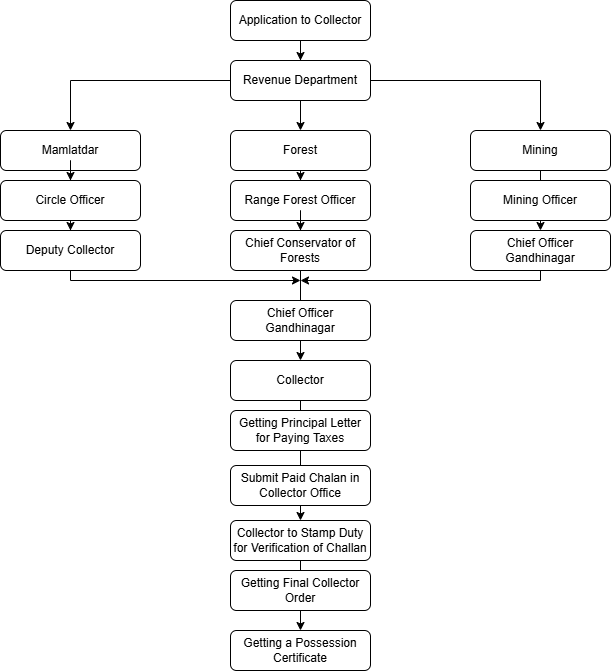
The draw.io diagram Flowchart/Governmet.png in KSoni1505/Wind-Farm-Project-Development, before a commit. Source tidied: cells renumbered, new cells last; positions are measured from the earlier drawing's top-left corner, leaving out a move shared by most shapes. The source it was exported from:
```xml
<mxGraphModel>
  <root>
    <mxCell id="0" />
    <mxCell id="1" parent="0" />
    <mxCell id="2" style="edgeStyle=orthogonalEdgeStyle;rounded=0;jettySize=auto;html=1;" parent="1" edge="1" source="3" target="7">
      <mxGeometry relative="1" as="geometry" />
    </mxCell>
    <mxCell id="3" value="Application to Collector" style="rounded=1;whiteSpace=wrap;html=1;fontSize=12;glass=0;strokeWidth=1;shadow=0;" parent="1" vertex="1">
      <mxGeometry x="230" width="140" height="40" as="geometry" />
    </mxCell>
    <mxCell id="4" style="edgeStyle=orthogonalEdgeStyle;rounded=0;jettySize=auto;html=1;" parent="1" edge="1" source="31" target="16">
      <mxGeometry relative="1" as="geometry" />
    </mxCell>
    <mxCell id="5" style="edgeStyle=orthogonalEdgeStyle;rounded=0;jettySize=auto;html=1;entryX=0.5;entryY=0;entryDx=0;entryDy=0;" parent="1" edge="1" source="7" target="12">
      <mxGeometry relative="1" as="geometry" />
    </mxCell>
    <mxCell id="6" style="edgeStyle=orthogonalEdgeStyle;rounded=0;jettySize=auto;html=1;entryX=0.5;entryY=0;entryDx=0;entryDy=0;" parent="1" edge="1" source="7" target="10">
      <mxGeometry relative="1" as="geometry" />
    </mxCell>
    <mxCell id="7" value="Revenue Department" style="rounded=1;whiteSpace=wrap;html=1;fontSize=12;glass=0;strokeWidth=1;shadow=0;" parent="1" vertex="1">
      <mxGeometry x="230" y="60" width="140" height="40" as="geometry" />
    </mxCell>
    <mxCell id="8" style="edgeStyle=orthogonalEdgeStyle;rounded=0;orthogonalLoop=1;jettySize=auto;html=1;exitX=0.5;exitY=1;exitDx=0;exitDy=0;" parent="1" edge="1" source="7" target="7">
      <mxGeometry relative="1" as="geometry" />
    </mxCell>
    <mxCell id="9" style="edgeStyle=orthogonalEdgeStyle;rounded=0;jettySize=auto;html=1;" parent="1" edge="1" source="33" target="14">
      <mxGeometry relative="1" as="geometry" />
    </mxCell>
    <mxCell id="10" value="Mamlatdar" style="rounded=1;whiteSpace=wrap;html=1;fontSize=12;glass=0;strokeWidth=1;shadow=0;" parent="1" vertex="1">
      <mxGeometry y="130" width="140" height="40" as="geometry" />
    </mxCell>
    <mxCell id="11" style="edgeStyle=orthogonalEdgeStyle;rounded=0;jettySize=auto;html=1;" parent="1" edge="1" source="12" target="19">
      <mxGeometry relative="1" as="geometry" />
    </mxCell>
    <mxCell id="12" value="Mining" style="rounded=1;whiteSpace=wrap;html=1;fontSize=12;glass=0;strokeWidth=1;shadow=0;" parent="1" vertex="1">
      <mxGeometry x="470" y="130" width="140" height="40" as="geometry" />
    </mxCell>
    <mxCell id="13" style="edgeStyle=orthogonalEdgeStyle;rounded=0;jettySize=auto;html=1;" parent="1" edge="1" source="14">
      <mxGeometry relative="1" as="geometry">
        <mxPoint x="300" y="280" as="targetPoint" />
        <Array as="points">
          <mxPoint x="70" y="280" />
        </Array>
      </mxGeometry>
    </mxCell>
    <mxCell id="14" value="Deputy Collector" style="rounded=1;whiteSpace=wrap;html=1;fontSize=12;glass=0;strokeWidth=1;shadow=0;" parent="1" vertex="1">
      <mxGeometry y="230" width="140" height="40" as="geometry" />
    </mxCell>
    <mxCell id="15" style="edgeStyle=orthogonalEdgeStyle;rounded=0;jettySize=auto;html=1;" parent="1" edge="1" source="29" target="21">
      <mxGeometry relative="1" as="geometry" />
    </mxCell>
    <mxCell id="16" value="Range Forest Officer" style="rounded=1;whiteSpace=wrap;html=1;fontSize=12;glass=0;strokeWidth=1;shadow=0;" parent="1" vertex="1">
      <mxGeometry x="230" y="180" width="140" height="40" as="geometry" />
    </mxCell>
    <mxCell id="17" value="Mining Officer" style="rounded=1;whiteSpace=wrap;html=1;fontSize=12;glass=0;strokeWidth=1;shadow=0;" parent="1" vertex="1">
      <mxGeometry x="470" y="180" width="140" height="40" as="geometry" />
    </mxCell>
    <mxCell id="18" style="edgeStyle=orthogonalEdgeStyle;rounded=0;jettySize=auto;html=1;" parent="1" edge="1" source="19">
      <mxGeometry relative="1" as="geometry">
        <mxPoint x="300" y="280" as="targetPoint" />
        <Array as="points">
          <mxPoint x="540" y="280" />
        </Array>
      </mxGeometry>
    </mxCell>
    <mxCell id="19" value="Chief Officer Gandhinagar" style="rounded=1;whiteSpace=wrap;html=1;fontSize=12;glass=0;strokeWidth=1;shadow=0;" parent="1" vertex="1">
      <mxGeometry x="470" y="230" width="140" height="40" as="geometry" />
    </mxCell>
    <mxCell id="20" style="edgeStyle=orthogonalEdgeStyle;rounded=0;jettySize=auto;html=1;" parent="1" edge="1" source="21" target="25">
      <mxGeometry relative="1" as="geometry" />
    </mxCell>
    <mxCell id="21" value="Collector" style="rounded=1;whiteSpace=wrap;html=1;fontSize=12;glass=0;strokeWidth=1;shadow=0;" parent="1" vertex="1">
      <mxGeometry x="230" y="360" width="140" height="40" as="geometry" />
    </mxCell>
    <mxCell id="22" value="Getting Principal Letter for Paying Taxes" style="rounded=1;whiteSpace=wrap;html=1;fontSize=12;glass=0;strokeWidth=1;shadow=0;" parent="1" vertex="1">
      <mxGeometry x="230" y="410" width="140" height="40" as="geometry" />
    </mxCell>
    <mxCell id="23" value="Submit Paid Chalan in Collector Office" style="rounded=1;whiteSpace=wrap;html=1;fontSize=12;glass=0;strokeWidth=1;shadow=0;" parent="1" vertex="1">
      <mxGeometry x="230" y="465" width="140" height="40" as="geometry" />
    </mxCell>
    <mxCell id="24" style="edgeStyle=orthogonalEdgeStyle;rounded=0;jettySize=auto;html=1;" parent="1" edge="1" source="25" target="27">
      <mxGeometry relative="1" as="geometry" />
    </mxCell>
    <mxCell id="25" value="Collector to Stamp Duty for Verification of Challan" style="rounded=1;whiteSpace=wrap;html=1;fontSize=12;glass=0;strokeWidth=1;shadow=0;" parent="1" vertex="1">
      <mxGeometry x="230" y="520" width="140" height="40" as="geometry" />
    </mxCell>
    <mxCell id="26" value="Getting Final Collector Order" style="rounded=1;whiteSpace=wrap;html=1;fontSize=12;glass=0;strokeWidth=1;shadow=0;" parent="1" vertex="1">
      <mxGeometry x="230" y="570" width="140" height="40" as="geometry" />
    </mxCell>
    <mxCell id="27" value="Getting a Possession Certificate" style="rounded=1;whiteSpace=wrap;html=1;fontSize=12;glass=0;strokeWidth=1;shadow=0;" parent="1" vertex="1">
      <mxGeometry x="230" y="630" width="140" height="40" as="geometry" />
    </mxCell>
    <mxCell id="28" style="edgeStyle=orthogonalEdgeStyle;rounded=0;jettySize=auto;html=1;" parent="1" edge="1" source="16" target="29">
      <mxGeometry relative="1" as="geometry" />
    </mxCell>
    <mxCell id="29" value="Chief Conservator of Forests" style="rounded=1;whiteSpace=wrap;html=1;fontSize=12;glass=0;strokeWidth=1;shadow=0;" parent="1" vertex="1">
      <mxGeometry x="230" y="230" width="140" height="40" as="geometry" />
    </mxCell>
    <mxCell id="30" style="edgeStyle=orthogonalEdgeStyle;rounded=0;jettySize=auto;html=1;" parent="1" edge="1" source="7" target="31">
      <mxGeometry relative="1" as="geometry" />
    </mxCell>
    <mxCell id="31" value="Forest" style="rounded=1;whiteSpace=wrap;html=1;fontSize=12;glass=0;strokeWidth=1;shadow=0;" parent="1" vertex="1">
      <mxGeometry x="230" y="130" width="140" height="40" as="geometry" />
    </mxCell>
    <mxCell id="32" style="edgeStyle=orthogonalEdgeStyle;rounded=0;jettySize=auto;html=1;" parent="1" edge="1" source="10" target="33">
      <mxGeometry relative="1" as="geometry" />
    </mxCell>
    <mxCell id="33" value="Circle Officer" style="rounded=1;whiteSpace=wrap;html=1;fontSize=12;glass=0;strokeWidth=1;shadow=0;" parent="1" vertex="1">
      <mxGeometry y="180" width="140" height="40" as="geometry" />
    </mxCell>
    <mxCell id="34" value="Chief Officer Gandhinagar" style="rounded=1;whiteSpace=wrap;html=1;fontSize=12;glass=0;strokeWidth=1;shadow=0;" parent="1" vertex="1">
      <mxGeometry x="230" y="300" width="140" height="40" as="geometry" />
    </mxCell>
  </root>
</mxGraphModel>
```
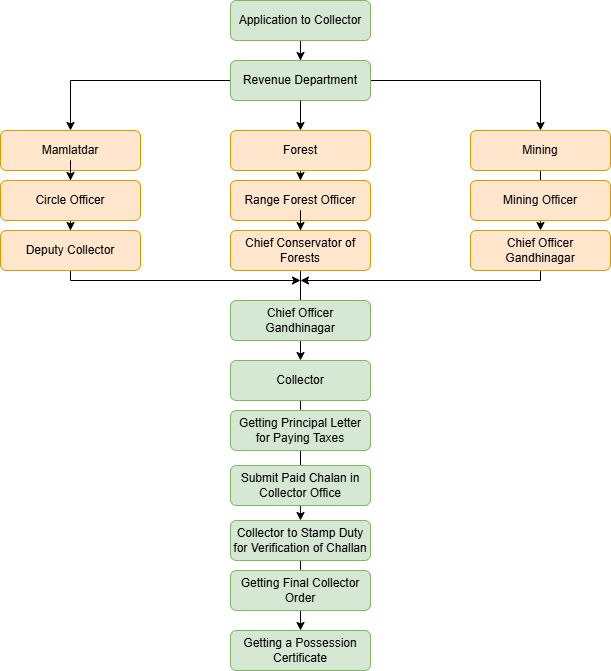
The same file after the commit.

The edit, as a diff of the source:
```diff
@@ -5,7 +5,7 @@
     <mxCell id="2" style="edgeStyle=orthogonalEdgeStyle;rounded=0;jettySize=auto;html=1;" parent="1" edge="1" source="3" target="7">
       <mxGeometry relative="1" as="geometry" />
     </mxCell>
-    <mxCell id="3" value="Application to Collector" style="rounded=1;whiteSpace=wrap;html=1;fontSize=12;glass=0;strokeWidth=1;shadow=0;" parent="1" vertex="1">
+    <mxCell id="3" value="Application to Collector" style="rounded=1;whiteSpace=wrap;html=1;fontSize=12;glass=0;strokeWidth=1;shadow=0;fillColor=#d5e8d4;strokeColor=#82b366;" parent="1" vertex="1">
       <mxGeometry x="230" width="140" height="40" as="geometry" />
     </mxCell>
     <mxCell id="4" style="edgeStyle=orthogonalEdgeStyle;rounded=0;jettySize=auto;html=1;" parent="1" edge="1" source="31" target="16">
@@ -17,7 +17,7 @@
     <mxCell id="6" style="edgeStyle=orthogonalEdgeStyle;rounded=0;jettySize=auto;html=1;entryX=0.5;entryY=0;entryDx=0;entryDy=0;" parent="1" edge="1" source="7" target="10">
       <mxGeometry relative="1" as="geometry" />
     </mxCell>
-    <mxCell id="7" value="Revenue Department" style="rounded=1;whiteSpace=wrap;html=1;fontSize=12;glass=0;strokeWidth=1;shadow=0;" parent="1" vertex="1">
+    <mxCell id="7" value="Revenue Department" style="rounded=1;whiteSpace=wrap;html=1;fontSize=12;glass=0;strokeWidth=1;shadow=0;fillColor=#d5e8d4;strokeColor=#82b366;" parent="1" vertex="1">
       <mxGeometry x="230" y="60" width="140" height="40" as="geometry" />
     </mxCell>
     <mxCell id="8" style="edgeStyle=orthogonalEdgeStyle;rounded=0;orthogonalLoop=1;jettySize=auto;html=1;exitX=0.5;exitY=1;exitDx=0;exitDy=0;" parent="1" edge="1" source="7" target="7">
@@ -26,13 +26,13 @@
     <mxCell id="9" style="edgeStyle=orthogonalEdgeStyle;rounded=0;jettySize=auto;html=1;" parent="1" edge="1" source="33" target="14">
       <mxGeometry relative="1" as="geometry" />
     </mxCell>
-    <mxCell id="10" value="Mamlatdar" style="rounded=1;whiteSpace=wrap;html=1;fontSize=12;glass=0;strokeWidth=1;shadow=0;" parent="1" vertex="1">
+    <mxCell id="10" value="Mamlatdar" style="rounded=1;whiteSpace=wrap;html=1;fontSize=12;glass=0;strokeWidth=1;shadow=0;fillColor=#ffe6cc;strokeColor=#d79b00;" parent="1" vertex="1">
       <mxGeometry y="130" width="140" height="40" as="geometry" />
     </mxCell>
     <mxCell id="11" style="edgeStyle=orthogonalEdgeStyle;rounded=0;jettySize=auto;html=1;" parent="1" edge="1" source="12" target="19">
       <mxGeometry relative="1" as="geometry" />
     </mxCell>
-    <mxCell id="12" value="Mining" style="rounded=1;whiteSpace=wrap;html=1;fontSize=12;glass=0;strokeWidth=1;shadow=0;" parent="1" vertex="1">
+    <mxCell id="12" value="Mining" style="rounded=1;whiteSpace=wrap;html=1;fontSize=12;glass=0;strokeWidth=1;shadow=0;fillColor=#ffe6cc;strokeColor=#d79b00;" parent="1" vertex="1">
       <mxGeometry x="470" y="130" width="140" height="40" as="geometry" />
     </mxCell>
     <mxCell id="13" style="edgeStyle=orthogonalEdgeStyle;rounded=0;jettySize=auto;html=1;" parent="1" edge="1" source="14">
@@ -43,16 +43,16 @@
         </Array>
       </mxGeometry>
     </mxCell>
-    <mxCell id="14" value="Deputy Collector" style="rounded=1;whiteSpace=wrap;html=1;fontSize=12;glass=0;strokeWidth=1;shadow=0;" parent="1" vertex="1">
+    <mxCell id="14" value="Deputy Collector" style="rounded=1;whiteSpace=wrap;html=1;fontSize=12;glass=0;strokeWidth=1;shadow=0;fillColor=#ffe6cc;strokeColor=#d79b00;" parent="1" vertex="1">
       <mxGeometry y="230" width="140" height="40" as="geometry" />
     </mxCell>
     <mxCell id="15" style="edgeStyle=orthogonalEdgeStyle;rounded=0;jettySize=auto;html=1;" parent="1" edge="1" source="29" target="21">
       <mxGeometry relative="1" as="geometry" />
     </mxCell>
-    <mxCell id="16" value="Range Forest Officer" style="rounded=1;whiteSpace=wrap;html=1;fontSize=12;glass=0;strokeWidth=1;shadow=0;" parent="1" vertex="1">
+    <mxCell id="16" value="Range Forest Officer" style="rounded=1;whiteSpace=wrap;html=1;fontSize=12;glass=0;strokeWidth=1;shadow=0;fillColor=#ffe6cc;strokeColor=#d79b00;" parent="1" vertex="1">
       <mxGeometry x="230" y="180" width="140" height="40" as="geometry" />
     </mxCell>
-    <mxCell id="17" value="Mining Officer" style="rounded=1;whiteSpace=wrap;html=1;fontSize=12;glass=0;strokeWidth=1;shadow=0;" parent="1" vertex="1">
+    <mxCell id="17" value="Mining Officer" style="rounded=1;whiteSpace=wrap;html=1;fontSize=12;glass=0;strokeWidth=1;shadow=0;fillColor=#ffe6cc;strokeColor=#d79b00;" parent="1" vertex="1">
       <mxGeometry x="470" y="180" width="140" height="40" as="geometry" />
     </mxCell>
     <mxCell id="18" style="edgeStyle=orthogonalEdgeStyle;rounded=0;jettySize=auto;html=1;" parent="1" edge="1" source="19">
@@ -63,52 +63,52 @@
         </Array>
       </mxGeometry>
     </mxCell>
-    <mxCell id="19" value="Chief Officer Gandhinagar" style="rounded=1;whiteSpace=wrap;html=1;fontSize=12;glass=0;strokeWidth=1;shadow=0;" parent="1" vertex="1">
+    <mxCell id="19" value="Chief Officer Gandhinagar" style="rounded=1;whiteSpace=wrap;html=1;fontSize=12;glass=0;strokeWidth=1;shadow=0;fillColor=#ffe6cc;strokeColor=#d79b00;" parent="1" vertex="1">
       <mxGeometry x="470" y="230" width="140" height="40" as="geometry" />
     </mxCell>
     <mxCell id="20" style="edgeStyle=orthogonalEdgeStyle;rounded=0;jettySize=auto;html=1;" parent="1" edge="1" source="21" target="25">
       <mxGeometry relative="1" as="geometry" />
     </mxCell>
-    <mxCell id="21" value="Collector" style="rounded=1;whiteSpace=wrap;html=1;fontSize=12;glass=0;strokeWidth=1;shadow=0;" parent="1" vertex="1">
+    <mxCell id="21" value="Collector" style="rounded=1;whiteSpace=wrap;html=1;fontSize=12;glass=0;strokeWidth=1;shadow=0;fillColor=#d5e8d4;strokeColor=#82b366;" parent="1" vertex="1">
       <mxGeometry x="230" y="360" width="140" height="40" as="geometry" />
     </mxCell>
-    <mxCell id="22" value="Getting Principal Letter for Paying Taxes" style="rounded=1;whiteSpace=wrap;html=1;fontSize=12;glass=0;strokeWidth=1;shadow=0;" parent="1" vertex="1">
+    <mxCell id="22" value="Getting Principal Letter for Paying Taxes" style="rounded=1;whiteSpace=wrap;html=1;fontSize=12;glass=0;strokeWidth=1;shadow=0;fillColor=#d5e8d4;strokeColor=#82b366;" parent="1" vertex="1">
       <mxGeometry x="230" y="410" width="140" height="40" as="geometry" />
     </mxCell>
-    <mxCell id="23" value="Submit Paid Chalan in Collector Office" style="rounded=1;whiteSpace=wrap;html=1;fontSize=12;glass=0;strokeWidth=1;shadow=0;" parent="1" vertex="1">
+    <mxCell id="23" value="Submit Paid Chalan in Collector Office" style="rounded=1;whiteSpace=wrap;html=1;fontSize=12;glass=0;strokeWidth=1;shadow=0;fillColor=#d5e8d4;strokeColor=#82b366;" parent="1" vertex="1">
       <mxGeometry x="230" y="465" width="140" height="40" as="geometry" />
     </mxCell>
     <mxCell id="24" style="edgeStyle=orthogonalEdgeStyle;rounded=0;jettySize=auto;html=1;" parent="1" edge="1" source="25" target="27">
       <mxGeometry relative="1" as="geometry" />
     </mxCell>
-    <mxCell id="25" value="Collector to Stamp Duty for Verification of Challan" style="rounded=1;whiteSpace=wrap;html=1;fontSize=12;glass=0;strokeWidth=1;shadow=0;" parent="1" vertex="1">
+    <mxCell id="25" value="Collector to Stamp Duty for Verification of Challan" style="rounded=1;whiteSpace=wrap;html=1;fontSize=12;glass=0;strokeWidth=1;shadow=0;fillColor=#d5e8d4;strokeColor=#82b366;" parent="1" vertex="1">
       <mxGeometry x="230" y="520" width="140" height="40" as="geometry" />
     </mxCell>
-    <mxCell id="26" value="Getting Final Collector Order" style="rounded=1;whiteSpace=wrap;html=1;fontSize=12;glass=0;strokeWidth=1;shadow=0;" parent="1" vertex="1">
+    <mxCell id="26" value="Getting Final Collector Order" style="rounded=1;whiteSpace=wrap;html=1;fontSize=12;glass=0;strokeWidth=1;shadow=0;fillColor=#d5e8d4;strokeColor=#82b366;" parent="1" vertex="1">
       <mxGeometry x="230" y="570" width="140" height="40" as="geometry" />
     </mxCell>
-    <mxCell id="27" value="Getting a Possession Certificate" style="rounded=1;whiteSpace=wrap;html=1;fontSize=12;glass=0;strokeWidth=1;shadow=0;" parent="1" vertex="1">
+    <mxCell id="27" value="Getting a Possession Certificate" style="rounded=1;whiteSpace=wrap;html=1;fontSize=12;glass=0;strokeWidth=1;shadow=0;fillColor=#d5e8d4;strokeColor=#82b366;" parent="1" vertex="1">
       <mxGeometry x="230" y="630" width="140" height="40" as="geometry" />
     </mxCell>
     <mxCell id="28" style="edgeStyle=orthogonalEdgeStyle;rounded=0;jettySize=auto;html=1;" parent="1" edge="1" source="16" target="29">
       <mxGeometry relative="1" as="geometry" />
     </mxCell>
-    <mxCell id="29" value="Chief Conservator of Forests" style="rounded=1;whiteSpace=wrap;html=1;fontSize=12;glass=0;strokeWidth=1;shadow=0;" parent="1" vertex="1">
+    <mxCell id="29" value="Chief Conservator of Forests" style="rounded=1;whiteSpace=wrap;html=1;fontSize=12;glass=0;strokeWidth=1;shadow=0;fillColor=#ffe6cc;strokeColor=#d79b00;" parent="1" vertex="1">
       <mxGeometry x="230" y="230" width="140" height="40" as="geometry" />
     </mxCell>
     <mxCell id="30" style="edgeStyle=orthogonalEdgeStyle;rounded=0;jettySize=auto;html=1;" parent="1" edge="1" source="7" target="31">
       <mxGeometry relative="1" as="geometry" />
     </mxCell>
-    <mxCell id="31" value="Forest" style="rounded=1;whiteSpace=wrap;html=1;fontSize=12;glass=0;strokeWidth=1;shadow=0;" parent="1" vertex="1">
+    <mxCell id="31" value="Forest" style="rounded=1;whiteSpace=wrap;html=1;fontSize=12;glass=0;strokeWidth=1;shadow=0;fillColor=#ffe6cc;strokeColor=#d79b00;" parent="1" vertex="1">
       <mxGeometry x="230" y="130" width="140" height="40" as="geometry" />
     </mxCell>
     <mxCell id="32" style="edgeStyle=orthogonalEdgeStyle;rounded=0;jettySize=auto;html=1;" parent="1" edge="1" source="10" target="33">
       <mxGeometry relative="1" as="geometry" />
     </mxCell>
-    <mxCell id="33" value="Circle Officer" style="rounded=1;whiteSpace=wrap;html=1;fontSize=12;glass=0;strokeWidth=1;shadow=0;" parent="1" vertex="1">
+    <mxCell id="33" value="Circle Officer" style="rounded=1;whiteSpace=wrap;html=1;fontSize=12;glass=0;strokeWidth=1;shadow=0;fillColor=#ffe6cc;strokeColor=#d79b00;" parent="1" vertex="1">
       <mxGeometry y="180" width="140" height="40" as="geometry" />
     </mxCell>
-    <mxCell id="34" value="Chief Officer Gandhinagar" style="rounded=1;whiteSpace=wrap;html=1;fontSize=12;glass=0;strokeWidth=1;shadow=0;" parent="1" vertex="1">
+    <mxCell id="34" value="Chief Officer Gandhinagar" style="rounded=1;whiteSpace=wrap;html=1;fontSize=12;glass=0;strokeWidth=1;shadow=0;fillColor=#d5e8d4;strokeColor=#82b366;" parent="1" vertex="1">
       <mxGeometry x="230" y="300" width="140" height="40" as="geometry" />
     </mxCell>
   </root>
```
